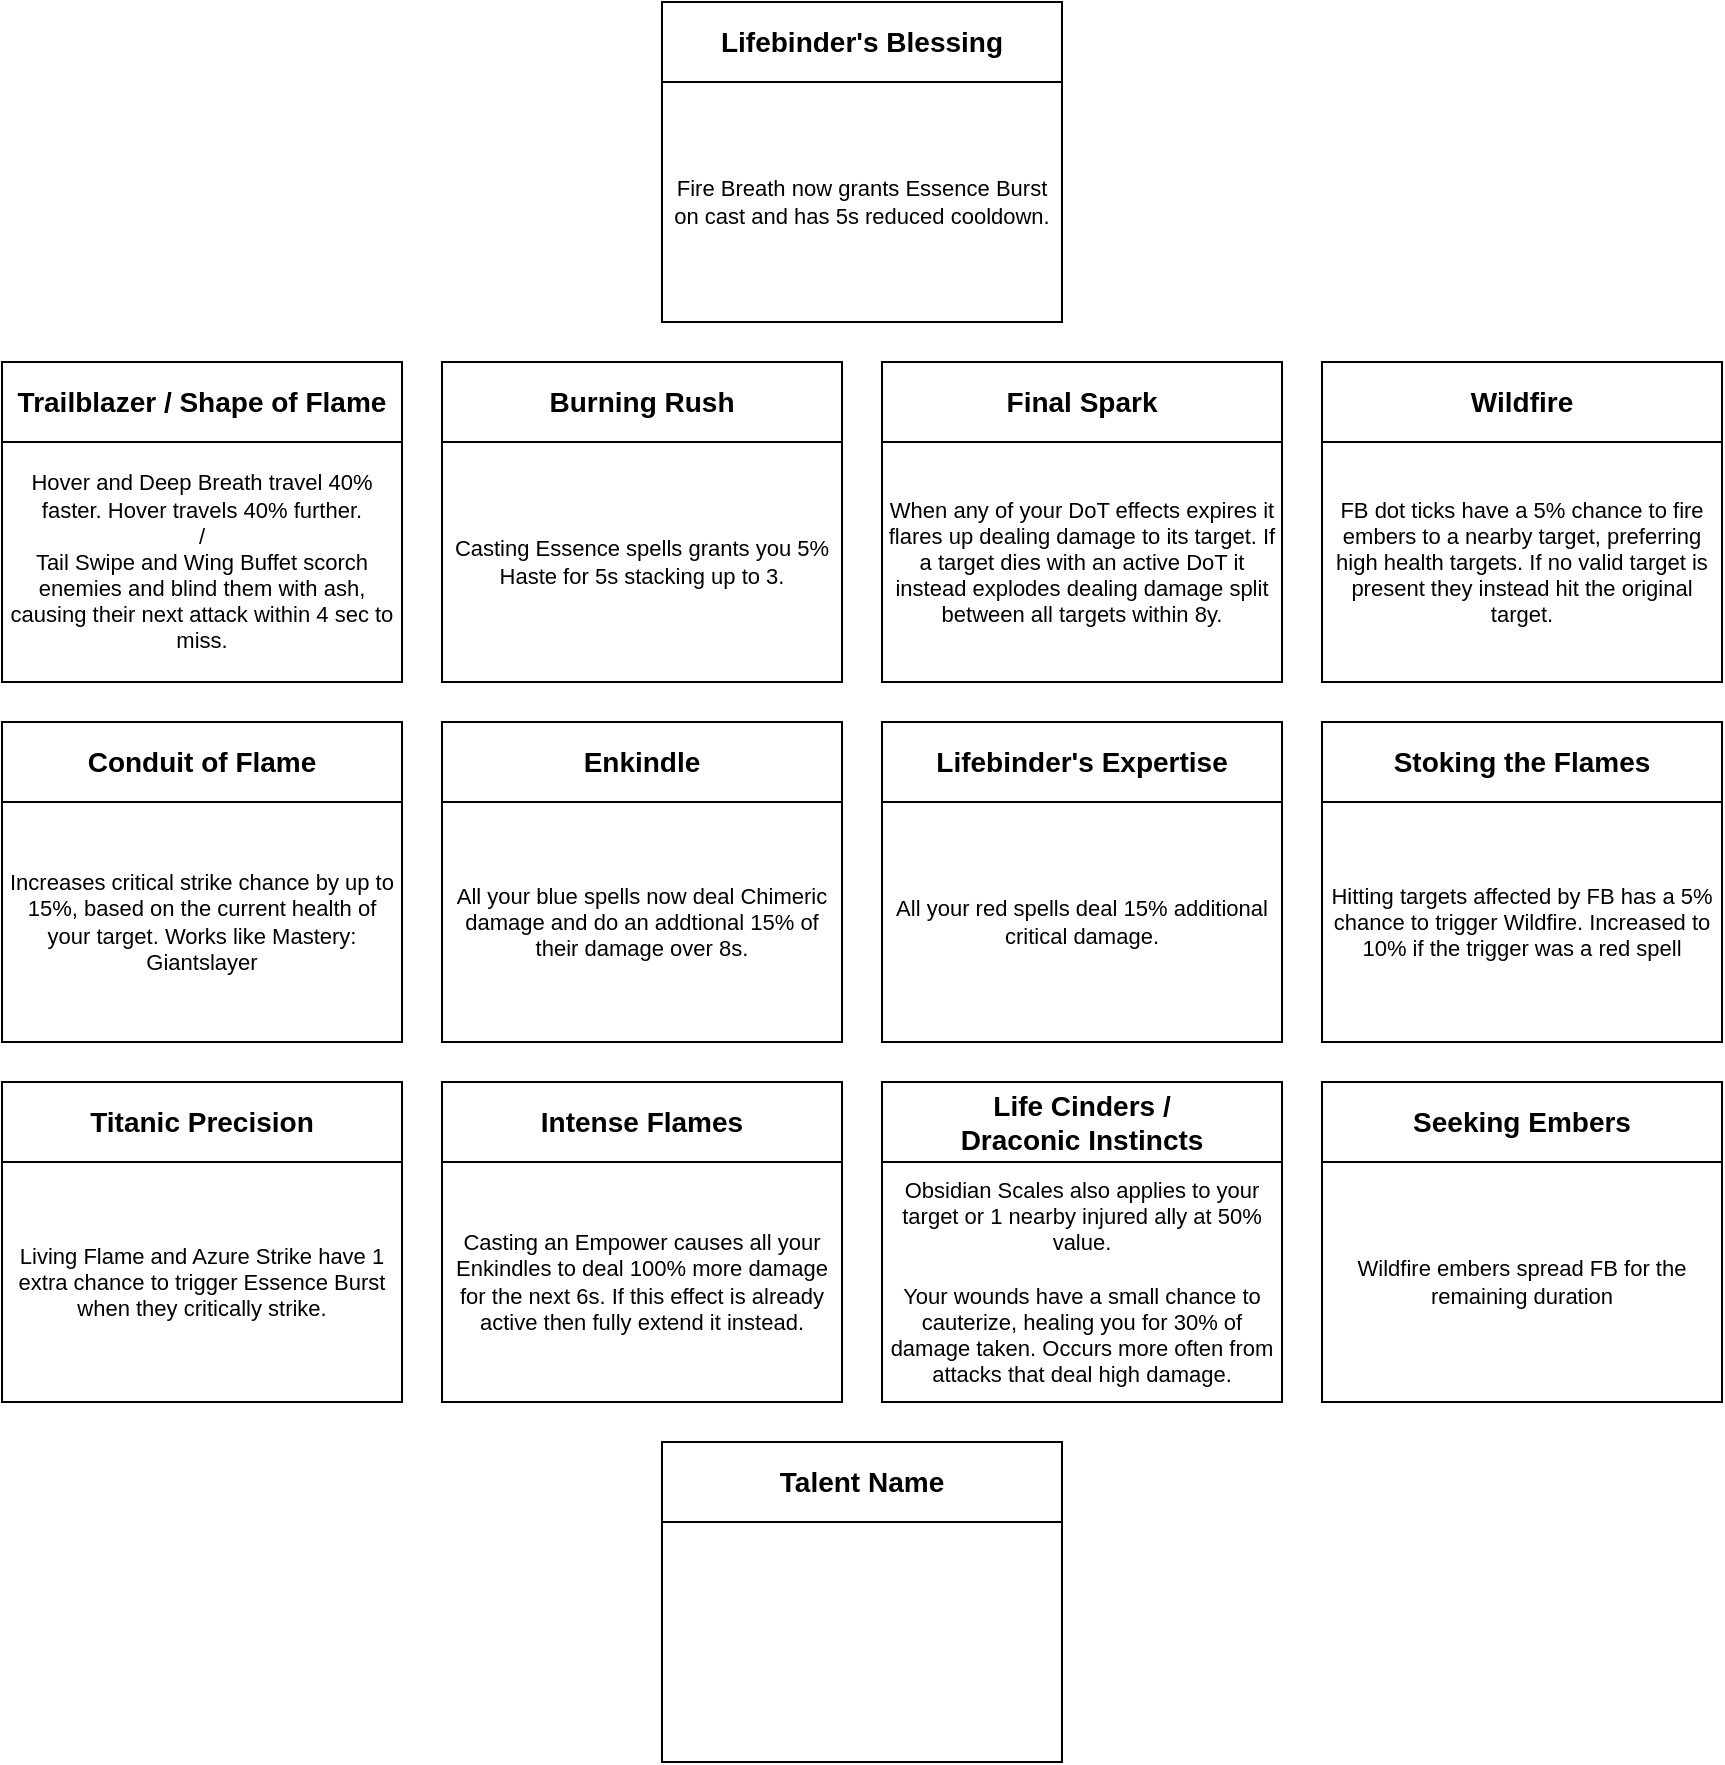
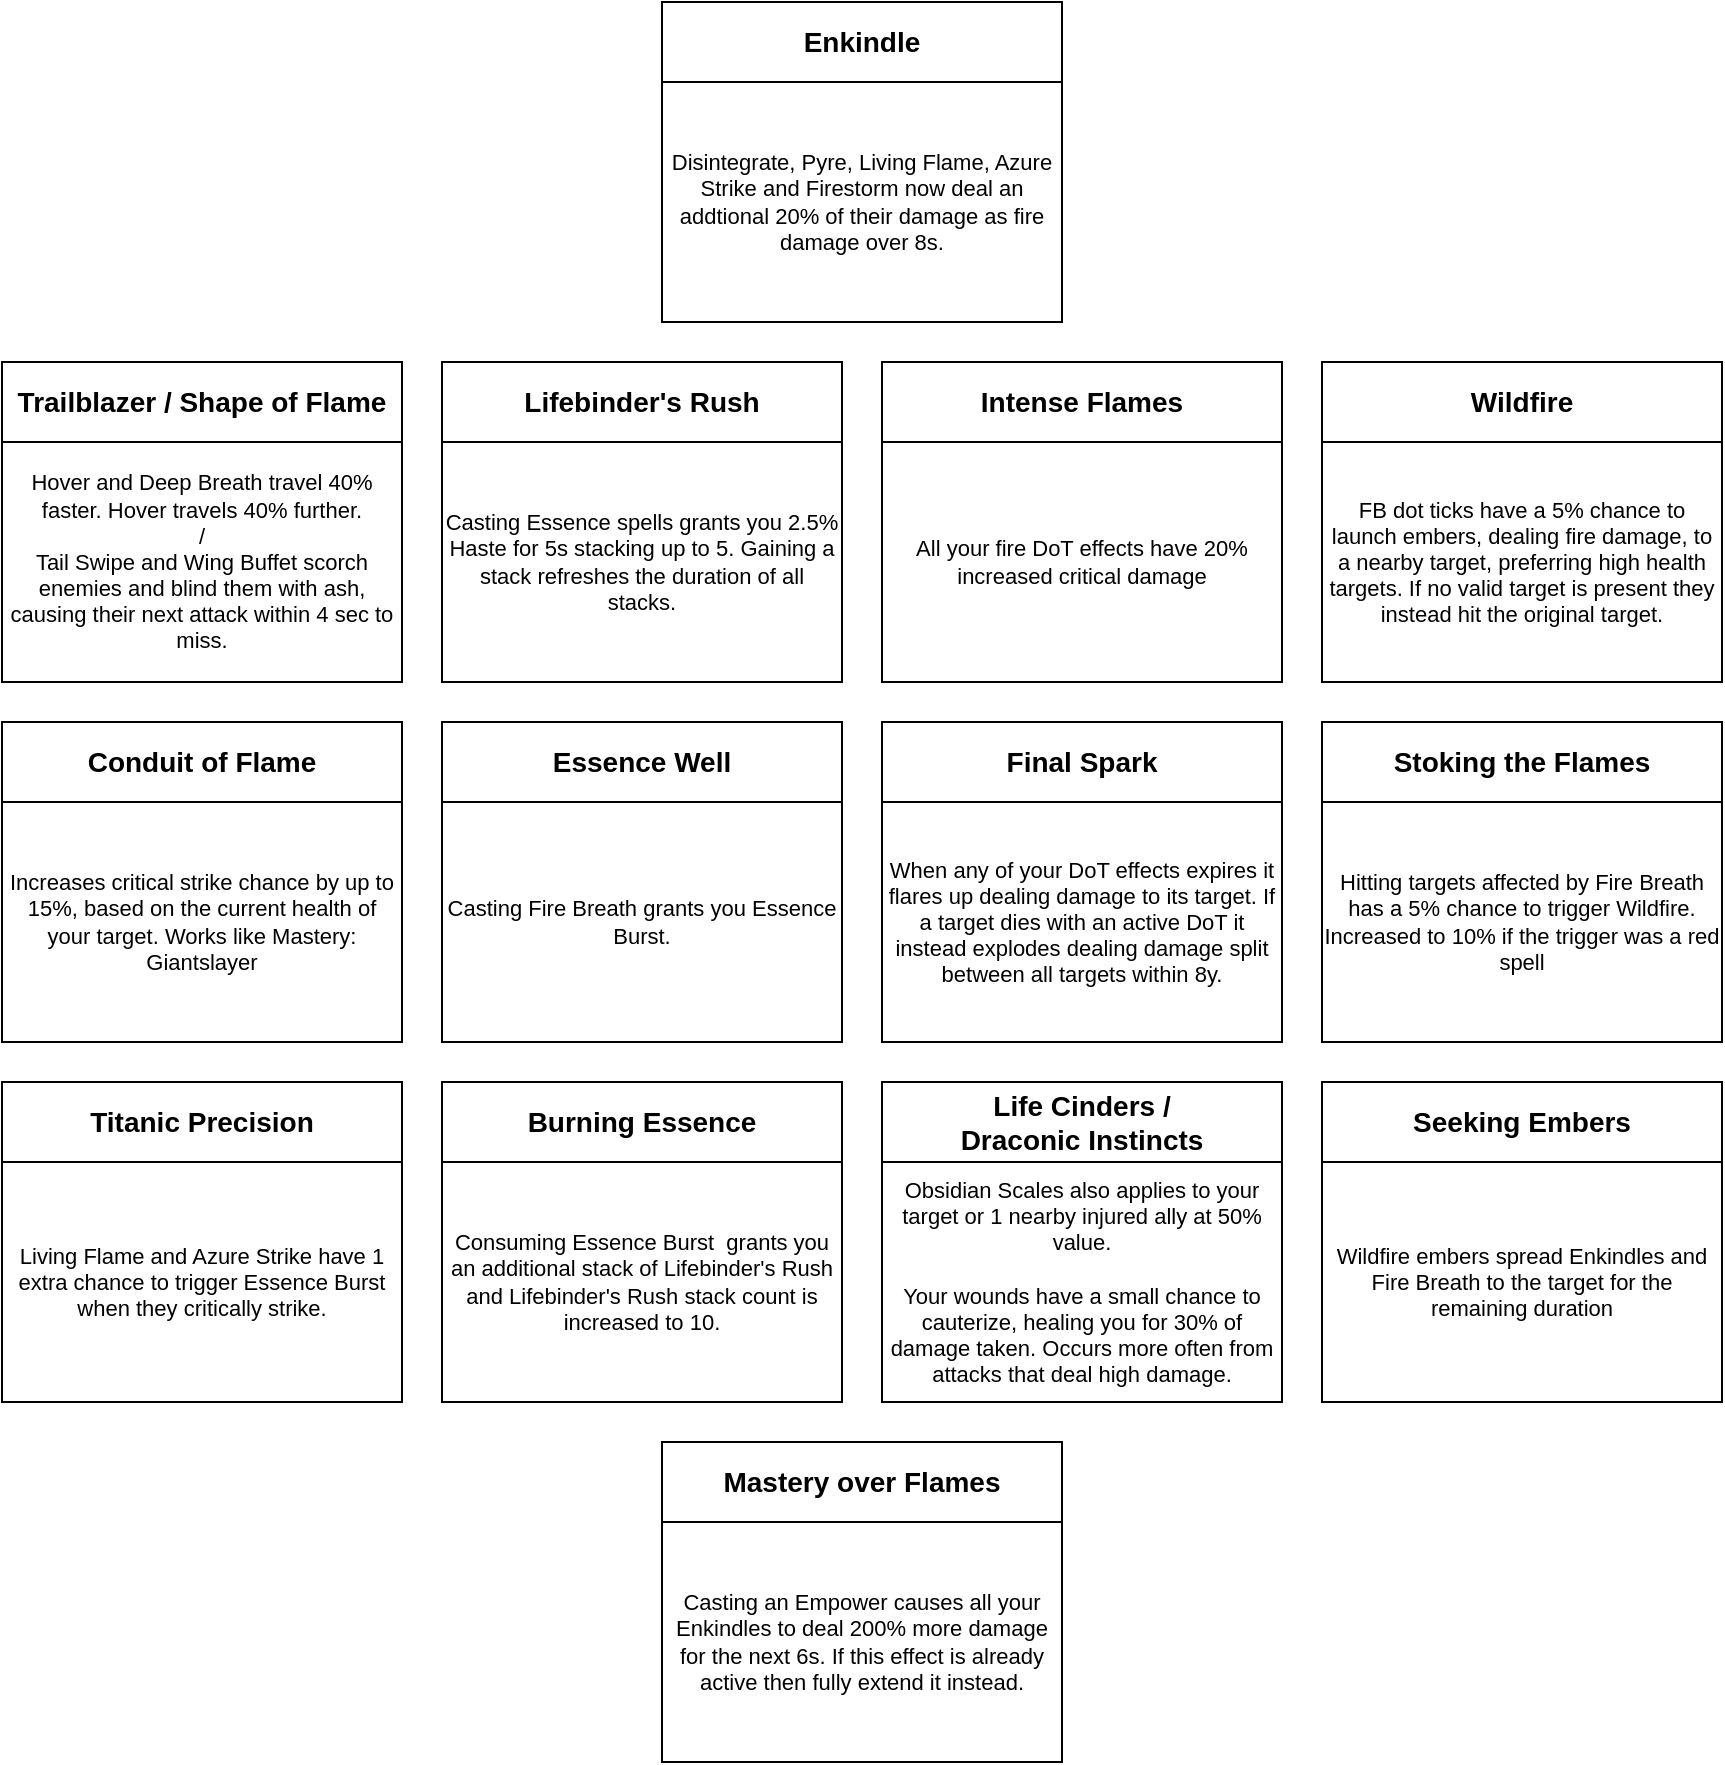
<mxfile host="app.diagrams.net" agent="Mozilla/5.0 (Windows NT 10.0; Win64; x64) AppleWebKit/537.36 (KHTML, like Gecko) Chrome/147.0.0.0 Safari/537.36 OPR/131.0.0.0" version="29.6.3">
  <diagram name="Page-1" id="7-C3C0MTsYJN3mklHAE3">
    <mxGraphModel dx="1384" dy="763" grid="1" gridSize="10" guides="1" tooltips="1" connect="1" arrows="1" fold="1" page="1" pageScale="1" pageWidth="850" pageHeight="1100" math="0" shadow="0">
      <root>
        <mxCell id="0" />
        <mxCell id="1" parent="0" />
-         <mxCell id="CbpXHZAzieputpjHQbmu-1" parent="1" style="rounded=0;whiteSpace=wrap;html=1;fontColor=light-dark(#000000,#00FF00);" value="&lt;b&gt;&lt;font style=&quot;font-size: 14px;&quot;&gt;Lifebinder&#39;s Blessing&lt;/font&gt;&lt;/b&gt;" vertex="1">
+         <mxCell id="CbpXHZAzieputpjHQbmu-1" parent="1" style="rounded=0;whiteSpace=wrap;html=1;fontColor=default;fontStyle=1;fontSize=14;" value="&lt;span&gt;Enkindle&lt;/span&gt;" vertex="1">
          <mxGeometry height="40" width="200" x="330" y="80" as="geometry" />
        </mxCell>
-         <mxCell id="CbpXHZAzieputpjHQbmu-6" parent="1" style="rounded=0;whiteSpace=wrap;html=1;verticalAlign=middle;fontSize=11;fontStyle=0" value="Fire Breath now grants Essence Burst on cast and has 5s reduced cooldown." vertex="1">
+         <mxCell id="CbpXHZAzieputpjHQbmu-6" parent="1" style="rounded=0;whiteSpace=wrap;html=1;verticalAlign=middle;fontSize=11;fontStyle=0" value="Disintegrate, Pyre, Living Flame, Azure Strike and Firestorm now deal an addtional 20% of their damage as fire damage over 8s." vertex="1">
          <mxGeometry height="120" width="200" x="330" y="120" as="geometry" />
        </mxCell>
-         <mxCell id="CbpXHZAzieputpjHQbmu-7" parent="1" style="rounded=0;whiteSpace=wrap;html=1;fontColor=light-dark(#000000,#00FF00);" value="&lt;span style=&quot;font-size: 14px;&quot;&gt;&lt;b&gt;Enkindle&lt;/b&gt;&lt;/span&gt;" vertex="1">
+         <mxCell id="CbpXHZAzieputpjHQbmu-7" parent="1" style="rounded=0;whiteSpace=wrap;html=1;fontColor=default;fontStyle=1;fontSize=14;" value="Essence Well" vertex="1">
          <mxGeometry height="40" width="200" x="220" y="440" as="geometry" />
        </mxCell>
-         <mxCell id="CbpXHZAzieputpjHQbmu-8" parent="1" style="rounded=0;whiteSpace=wrap;html=1;fontSize=11;" value="All your blue spells now deal Chimeric damage and do an addtional 15% of their damage over 8s." vertex="1">
+         <mxCell id="CbpXHZAzieputpjHQbmu-8" parent="1" style="rounded=0;whiteSpace=wrap;html=1;fontSize=11;" value="Casting Fire Breath grants you Essence Burst." vertex="1">
          <mxGeometry height="120" width="200" x="220" y="480" as="geometry" />
        </mxCell>
-         <mxCell id="CbpXHZAzieputpjHQbmu-9" parent="1" style="rounded=0;whiteSpace=wrap;html=1;" value="&lt;b&gt;&lt;font style=&quot;font-size: 14px;&quot;&gt;Trailblazer / Shape of Flame&lt;/font&gt;&lt;/b&gt;" vertex="1">
+         <mxCell id="CbpXHZAzieputpjHQbmu-9" parent="1" style="rounded=0;whiteSpace=wrap;html=1;fontColor=default;fontStyle=1;fontSize=14;" value="&lt;span&gt;&lt;font&gt;Trailblazer / Shape of Flame&lt;/font&gt;&lt;/span&gt;" vertex="1">
          <mxGeometry height="40" width="200" y="260" as="geometry" />
        </mxCell>
        <mxCell id="CbpXHZAzieputpjHQbmu-10" parent="1" style="rounded=0;whiteSpace=wrap;html=1;fontSize=11;" value="Hover and Deep Breath travel 40% faster. Hover travels 40% further.&lt;div&gt;/&lt;/div&gt;&lt;div&gt;Tail Swipe and Wing Buffet scorch enemies and blind them with ash, causing their next attack within 4 sec to miss.&lt;/div&gt;" vertex="1">
          <mxGeometry height="120" width="200" y="300" as="geometry" />
        </mxCell>
-         <mxCell id="CbpXHZAzieputpjHQbmu-11" parent="1" style="rounded=0;whiteSpace=wrap;html=1;fontColor=light-dark(#000000,#FF9933);" value="&lt;span style=&quot;font-size: 14px;&quot;&gt;&lt;b&gt;Conduit of Flame&lt;/b&gt;&lt;/span&gt;" vertex="1">
+         <mxCell id="CbpXHZAzieputpjHQbmu-11" parent="1" style="rounded=0;whiteSpace=wrap;html=1;fontColor=default;fontStyle=1;fontSize=14;" value="&lt;span&gt;&lt;span&gt;Conduit of Flame&lt;/span&gt;&lt;/span&gt;" vertex="1">
          <mxGeometry height="40" width="200" y="440" as="geometry" />
        </mxCell>
        <mxCell id="CbpXHZAzieputpjHQbmu-12" parent="1" style="rounded=0;whiteSpace=wrap;html=1;fontSize=11;" value="Increases critical strike chance by up to 15%, based on the current health of your target. Works like Mastery: Giantslayer" vertex="1">
          <mxGeometry height="120" width="200" y="480" as="geometry" />
        </mxCell>
-         <mxCell id="CbpXHZAzieputpjHQbmu-14" parent="1" style="rounded=0;whiteSpace=wrap;html=1;" value="&lt;span style=&quot;font-size: 14px;&quot;&gt;&lt;b&gt;Titanic Precision&lt;/b&gt;&lt;/span&gt;" vertex="1">
+         <mxCell id="CbpXHZAzieputpjHQbmu-14" parent="1" style="rounded=0;whiteSpace=wrap;html=1;fontColor=default;fontStyle=1;fontSize=14;" value="&lt;span&gt;&lt;span&gt;Titanic Precision&lt;/span&gt;&lt;/span&gt;" vertex="1">
          <mxGeometry height="40" width="200" y="620" as="geometry" />
        </mxCell>
        <mxCell id="CbpXHZAzieputpjHQbmu-15" parent="1" style="rounded=0;whiteSpace=wrap;html=1;fontSize=11;" value="&lt;div&gt;&lt;span style=&quot;background-color: transparent; color: light-dark(rgb(0, 0, 0), rgb(255, 255, 255));&quot;&gt;Living Flame and Azure Strike have 1 extra chance to trigger Essence Burst when they critically strike.&lt;/span&gt;&lt;/div&gt;" vertex="1">
          <mxGeometry height="120" width="200" y="660" as="geometry" />
        </mxCell>
-         <mxCell id="CbpXHZAzieputpjHQbmu-16" parent="1" style="rounded=0;whiteSpace=wrap;html=1;fontColor=light-dark(#000000,#00FF00);" value="&lt;span style=&quot;font-size: 14px;&quot;&gt;&lt;b&gt;Burning Rush&lt;/b&gt;&lt;/span&gt;" vertex="1">
+         <mxCell id="CbpXHZAzieputpjHQbmu-16" parent="1" style="rounded=0;whiteSpace=wrap;html=1;fontColor=default;fontStyle=1;fontSize=14;" value="Lifebinder&#39;s Rush" vertex="1">
          <mxGeometry height="40" width="200" x="220" y="260" as="geometry" />
        </mxCell>
-         <mxCell id="CbpXHZAzieputpjHQbmu-17" parent="1" style="rounded=0;whiteSpace=wrap;html=1;fontSize=11;" value="Casting Essence spells grants you 5% Haste for 5s stacking up to 3." vertex="1">
+         <mxCell id="CbpXHZAzieputpjHQbmu-17" parent="1" style="rounded=0;whiteSpace=wrap;html=1;fontSize=11;" value="Casting Essence spells grants you 2.5% Haste for 5s stacking up to 5. Gaining a stack refreshes the duration of all stacks." vertex="1">
          <mxGeometry height="120" width="200" x="220" y="300" as="geometry" />
        </mxCell>
-         <mxCell id="CbpXHZAzieputpjHQbmu-18" parent="1" style="rounded=0;whiteSpace=wrap;html=1;fontColor=light-dark(#000000,#00FF00);" value="&lt;b style=&quot;font-size: 14px;&quot;&gt;Intense Flames&lt;/b&gt;" vertex="1">
+         <mxCell id="CbpXHZAzieputpjHQbmu-18" parent="1" style="rounded=0;whiteSpace=wrap;html=1;fontColor=default;fontStyle=1;fontSize=14;" value="Burning Essence" vertex="1">
          <mxGeometry height="40" width="200" x="220" y="620" as="geometry" />
        </mxCell>
-         <mxCell id="CbpXHZAzieputpjHQbmu-19" parent="1" style="rounded=0;whiteSpace=wrap;html=1;fontSize=11;" value="Casting an Empower causes all your Enkindles to deal 100% more damage for the next 6s. If this effect is already active then fully extend it instead." vertex="1">
+         <mxCell id="CbpXHZAzieputpjHQbmu-19" parent="1" style="rounded=0;whiteSpace=wrap;html=1;fontSize=11;" value="Consuming Essence Burst&amp;nbsp; grants you an additional stack of Lifebinder&#39;s Rush and Lifebinder&#39;s Rush stack count is increased to 10." vertex="1">
          <mxGeometry height="120" width="200" x="220" y="660" as="geometry" />
        </mxCell>
-         <mxCell id="CbpXHZAzieputpjHQbmu-20" parent="1" style="rounded=0;whiteSpace=wrap;html=1;fontColor=light-dark(#000000,#00FF00);" value="&lt;b style=&quot;font-size: 14px;&quot;&gt;Final Spark&lt;/b&gt;" vertex="1">
+         <mxCell id="CbpXHZAzieputpjHQbmu-20" parent="1" style="rounded=0;whiteSpace=wrap;html=1;fontColor=default;fontStyle=1;fontSize=14;" value="Intense Flames" vertex="1">
          <mxGeometry height="40" width="200" x="440" y="260" as="geometry" />
        </mxCell>
-         <mxCell id="CbpXHZAzieputpjHQbmu-21" parent="1" style="rounded=0;whiteSpace=wrap;html=1;fontSize=11;" value="When any of your DoT effects expires it flares up dealing damage to its target. If a target dies with an active DoT it instead explodes dealing damage split between all targets within 8y." vertex="1">
+         <mxCell id="CbpXHZAzieputpjHQbmu-21" parent="1" style="rounded=0;whiteSpace=wrap;html=1;fontSize=11;" value="All your fire DoT effects have 20% increased critical damage" vertex="1">
          <mxGeometry height="120" width="200" x="440" y="300" as="geometry" />
        </mxCell>
-         <mxCell id="CbpXHZAzieputpjHQbmu-22" parent="1" style="rounded=0;whiteSpace=wrap;html=1;fontColor=light-dark(#000000,#00FF00);" value="&lt;span style=&quot;font-size: 14px;&quot;&gt;&lt;b&gt;Lifebinder&#39;s Expertise&lt;/b&gt;&lt;/span&gt;" vertex="1">
+         <mxCell id="CbpXHZAzieputpjHQbmu-22" parent="1" style="rounded=0;whiteSpace=wrap;html=1;fontColor=default;fontStyle=1;fontSize=14;" value="Final Spark" vertex="1">
          <mxGeometry height="40" width="200" x="440" y="440" as="geometry" />
        </mxCell>
-         <mxCell id="CbpXHZAzieputpjHQbmu-23" parent="1" style="rounded=0;whiteSpace=wrap;html=1;fontSize=11;" value="All your red spells deal 15% additional critical damage." vertex="1">
+         <mxCell id="CbpXHZAzieputpjHQbmu-23" parent="1" style="rounded=0;whiteSpace=wrap;html=1;fontSize=11;" value="When any of your DoT effects expires it flares up dealing damage to its target. If a target dies with an active DoT it instead explodes dealing damage split between all targets within 8y." vertex="1">
          <mxGeometry height="120" width="200" x="440" y="480" as="geometry" />
        </mxCell>
-         <mxCell id="CbpXHZAzieputpjHQbmu-24" parent="1" style="rounded=0;whiteSpace=wrap;html=1;fontColor=light-dark(#000000,#FFFFFF);" value="&lt;b style=&quot;font-size: 14px;&quot;&gt;Life Cinders / &lt;br&gt;Draconic Instincts&lt;/b&gt;" vertex="1">
+         <mxCell id="CbpXHZAzieputpjHQbmu-24" parent="1" style="rounded=0;whiteSpace=wrap;html=1;fontColor=default;fontStyle=1;fontSize=14;" value="&lt;span&gt;Life Cinders / &lt;br&gt;Draconic Instincts&lt;/span&gt;" vertex="1">
          <mxGeometry height="40" width="200" x="440" y="620" as="geometry" />
        </mxCell>
        <mxCell id="CbpXHZAzieputpjHQbmu-25" parent="1" style="rounded=0;whiteSpace=wrap;html=1;fontSize=11;" value="Obsidian Scales also applies to your target or 1 nearby injured ally at 50% value.&lt;div&gt;&lt;br&gt;&lt;div&gt;Your wounds have a small chance to cauterize, healing you for 30% of damage taken. Occurs more often from attacks that deal high damage.&lt;/div&gt;&lt;/div&gt;" vertex="1">
          <mxGeometry height="120" width="200" x="440" y="660" as="geometry" />
        </mxCell>
-         <mxCell id="CbpXHZAzieputpjHQbmu-26" parent="1" style="rounded=0;whiteSpace=wrap;html=1;fontColor=light-dark(#000000,#00FF00);" value="&lt;b style=&quot;font-size: 14px;&quot;&gt;Wildfire&lt;/b&gt;" vertex="1">
+         <mxCell id="CbpXHZAzieputpjHQbmu-26" parent="1" style="rounded=0;whiteSpace=wrap;html=1;fontColor=default;fontStyle=1;fontSize=14;" value="&lt;span&gt;Wildfire&lt;/span&gt;" vertex="1">
          <mxGeometry height="40" width="200" x="660" y="260" as="geometry" />
        </mxCell>
-         <mxCell id="CbpXHZAzieputpjHQbmu-27" parent="1" style="rounded=0;whiteSpace=wrap;html=1;fontSize=11;" value="FB dot ticks have a 5% chance to fire embers to a nearby target, preferring high health targets. If no valid target is present they instead hit the original target." vertex="1">
+         <mxCell id="CbpXHZAzieputpjHQbmu-27" parent="1" style="rounded=0;whiteSpace=wrap;html=1;fontSize=11;" value="FB dot ticks have a 5% chance to launch embers, dealing fire damage, to a nearby target, preferring high health targets. If no valid target is present they instead hit the original target." vertex="1">
          <mxGeometry height="120" width="200" x="660" y="300" as="geometry" />
        </mxCell>
-         <mxCell id="CbpXHZAzieputpjHQbmu-28" parent="1" style="rounded=0;whiteSpace=wrap;html=1;fontColor=light-dark(#000000,#00FF00);fontSize=14;" value="&lt;b&gt;Stoking the Flames&lt;/b&gt;" vertex="1">
+         <mxCell id="CbpXHZAzieputpjHQbmu-28" parent="1" style="rounded=0;whiteSpace=wrap;html=1;fontColor=default;fontSize=14;fontStyle=1" value="&lt;span&gt;Stoking the Flames&lt;/span&gt;" vertex="1">
          <mxGeometry height="40" width="200" x="660" y="440" as="geometry" />
        </mxCell>
-         <mxCell id="CbpXHZAzieputpjHQbmu-29" parent="1" style="rounded=0;whiteSpace=wrap;html=1;fontSize=11;" value="Hitting targets affected by FB has a 5% chance to trigger Wildfire. Increased to 10% if the trigger was a red spell" vertex="1">
+         <mxCell id="CbpXHZAzieputpjHQbmu-29" parent="1" style="rounded=0;whiteSpace=wrap;html=1;fontSize=11;" value="Hitting targets affected by Fire Breath has a 5% chance to trigger Wildfire. Increased to 10% if the trigger was a red spell" vertex="1">
          <mxGeometry height="120" width="200" x="660" y="480" as="geometry" />
        </mxCell>
-         <mxCell id="CbpXHZAzieputpjHQbmu-30" parent="1" style="rounded=0;whiteSpace=wrap;html=1;fontColor=light-dark(#000000,#00FF00);" value="&lt;b&gt;&lt;font style=&quot;font-size: 14px;&quot;&gt;Seeking Embers&lt;/font&gt;&lt;/b&gt;" vertex="1">
+         <mxCell id="CbpXHZAzieputpjHQbmu-30" parent="1" style="rounded=0;whiteSpace=wrap;html=1;fontColor=default;fontStyle=1;fontSize=14;" value="&lt;span&gt;&lt;font&gt;Seeking Embers&lt;/font&gt;&lt;/span&gt;" vertex="1">
          <mxGeometry height="40" width="200" x="660" y="620" as="geometry" />
        </mxCell>
-         <mxCell id="CbpXHZAzieputpjHQbmu-31" parent="1" style="rounded=0;whiteSpace=wrap;html=1;fontSize=11;" value="Wildfire embers spread FB for the remaining duration" vertex="1">
+         <mxCell id="CbpXHZAzieputpjHQbmu-31" parent="1" style="rounded=0;whiteSpace=wrap;html=1;fontSize=11;" value="Wildfire embers spread Enkindles and Fire Breath to the target for the remaining duration" vertex="1">
          <mxGeometry height="120" width="200" x="660" y="660" as="geometry" />
        </mxCell>
-         <mxCell id="CbpXHZAzieputpjHQbmu-32" parent="1" style="rounded=0;whiteSpace=wrap;html=1;fontColor=light-dark(#000000,#FFFFFF);" value="&lt;b style=&quot;font-size: 14px;&quot;&gt;Talent Name&lt;/b&gt;" vertex="1">
+         <mxCell id="CbpXHZAzieputpjHQbmu-32" parent="1" style="rounded=0;whiteSpace=wrap;html=1;fontColor=default;fontStyle=1" value="&lt;span style=&quot;font-size: 14px;&quot;&gt;Mastery over Flames&lt;/span&gt;" vertex="1">
          <mxGeometry height="40" width="200" x="330" y="800" as="geometry" />
        </mxCell>
-         <mxCell id="CbpXHZAzieputpjHQbmu-33" parent="1" style="rounded=0;whiteSpace=wrap;html=1;verticalAlign=middle;fontSize=11;" value="" vertex="1">
+         <mxCell id="CbpXHZAzieputpjHQbmu-33" parent="1" style="rounded=0;whiteSpace=wrap;html=1;verticalAlign=middle;fontSize=11;" value="Casting an Empower causes all your Enkindles to deal 200% more damage for the next 6s. If this effect is already active then fully extend it instead." vertex="1">
          <mxGeometry height="120" width="200" x="330" y="840" as="geometry" />
        </mxCell>
      </root>
    </mxGraphModel>
  </diagram>
</mxfile>
